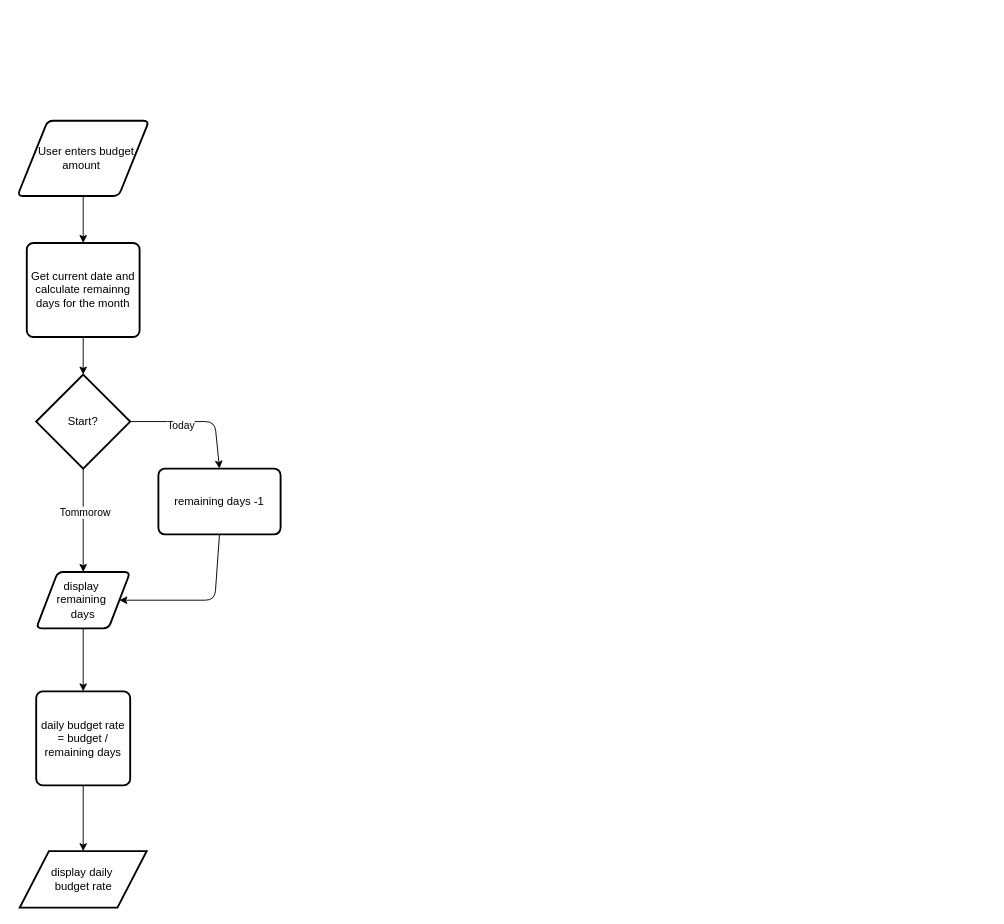
Earlier version of the draw.io diagram docs/flow.drawio (audemarsodato/daily-budget-rate). Source tidied: cells renumbered, new cells numbered last; positions are measured from the earlier drawing's top-left corner, leaving out a move shared by most shapes. Both pictures are drawn from the tidied source at 94%, with x=0, y=0 at pixel (17, 120).
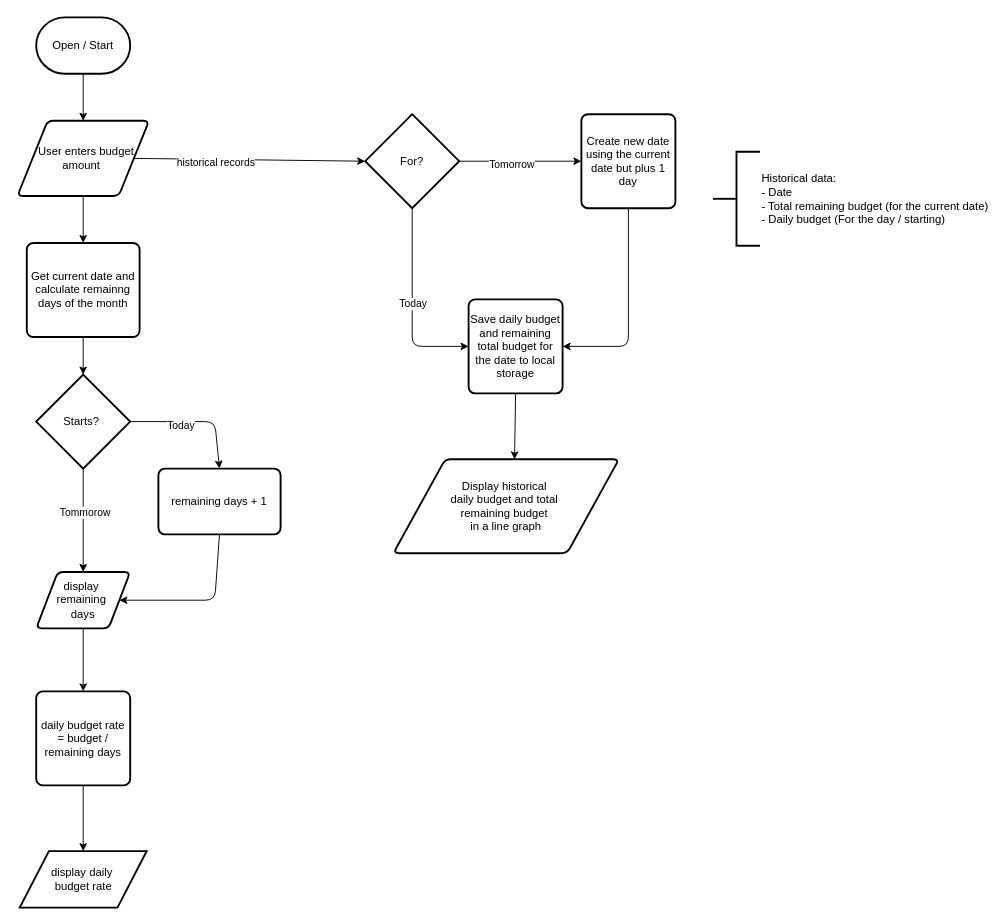
After the change.

Unchanged cells that the change refers to:
```xml
<mxCell id="3" value="&lt;div&gt;&lt;span style=&quot;background-color: transparent;&quot;&gt;&amp;nbsp; &amp;nbsp;User enters budget&amp;nbsp; amount&amp;nbsp;&lt;/span&gt;&lt;/div&gt;" style="shape=parallelogram;html=1;strokeWidth=2;perimeter=parallelogramPerimeter;whiteSpace=wrap;rounded=1;arcSize=12;size=0.23;" parent="1" vertex="1">
  <mxGeometry width="140" height="80" as="geometry" />
</mxCell>
```

The edit, as a diff of the source:
```diff
@@
+    <mxCell id="18" style="edgeStyle=none;html=1;exitX=1;exitY=0.5;exitDx=0;exitDy=0;entryX=0;entryY=0.5;entryDx=0;entryDy=0;entryPerimeter=0;" parent="1" edge="1" source="3" target="27">
+      <mxGeometry relative="1" as="geometry" />
+    </mxCell>
+    <mxCell id="19" value="historical records" style="edgeLabel;html=1;align=center;verticalAlign=middle;" parent="18" vertex="1">
+      <mxGeometry x="-0.29" y="-3" relative="1" as="geometry" />
+    </mxCell>
-    <mxCell id="4" value="Get current date and calculate remainng days for the month" style="rounded=1;whiteSpace=wrap;html=1;absoluteArcSize=1;arcSize=14;strokeWidth=2;" parent="1" vertex="1">
+    <mxCell id="4" value="Get current date and calculate remainng days of the month" style="rounded=1;whiteSpace=wrap;html=1;absoluteArcSize=1;arcSize=14;strokeWidth=2;" parent="1" vertex="1">
       <mxGeometry x="10" y="130" width="120" height="100" as="geometry" />
     </mxCell>
@@
-    <mxCell id="11" value="Start?" style="strokeWidth=2;html=1;shape=mxgraph.flowchart.decision;whiteSpace=wrap;" parent="1" vertex="1">
+    <mxCell id="11" value="Starts?&amp;nbsp;" style="strokeWidth=2;html=1;shape=mxgraph.flowchart.decision;whiteSpace=wrap;" parent="1" vertex="1">
       <mxGeometry x="20" y="270" width="100" height="100" as="geometry" />
     </mxCell>
-    <mxCell id="12" value="remaining days -1" style="rounded=1;whiteSpace=wrap;html=1;absoluteArcSize=1;arcSize=14;strokeWidth=2;" parent="1" vertex="1">
+    <mxCell id="12" value="remaining days + 1" style="rounded=1;whiteSpace=wrap;html=1;absoluteArcSize=1;arcSize=14;strokeWidth=2;" parent="1" vertex="1">
       <mxGeometry x="150" y="370" width="130" height="70" as="geometry" />
     </mxCell>
@@
+    <mxCell id="20" style="edgeStyle=none;html=1;exitX=0.5;exitY=1;exitDx=0;exitDy=0;exitPerimeter=0;entryX=0.5;entryY=0;entryDx=0;entryDy=0;" parent="1" edge="1" source="21" target="3">
+      <mxGeometry relative="1" as="geometry" />
+    </mxCell>
+    <mxCell id="21" value="Open / Start" style="strokeWidth=2;html=1;shape=mxgraph.flowchart.terminator;whiteSpace=wrap;" parent="1" vertex="1">
+      <mxGeometry x="20" y="-110" width="100" height="60" as="geometry" />
+    </mxCell>
+    <mxCell id="22" value="Save daily budget and remaining total budget for the date to local storage" style="rounded=1;whiteSpace=wrap;html=1;absoluteArcSize=1;arcSize=14;strokeWidth=2;fillColor=#FFFFFF;strokeColor=#000000;shadow=0;" parent="1" vertex="1">
+      <mxGeometry x="480" y="190" width="100" height="100" as="geometry" />
+    </mxCell>
+    <mxCell id="23" style="edgeStyle=none;html=1;exitX=0.5;exitY=1;exitDx=0;exitDy=0;exitPerimeter=0;entryX=0;entryY=0.5;entryDx=0;entryDy=0;" parent="1" edge="1" source="27" target="22">
+      <mxGeometry relative="1" as="geometry">
+        <Array as="points">
+          <mxPoint x="420" y="240" />
+        </Array>
+      </mxGeometry>
+    </mxCell>
+    <mxCell id="24" value="Today" style="edgeLabel;html=1;align=center;verticalAlign=middle;" parent="23" vertex="1">
+      <mxGeometry x="-0.02" relative="1" as="geometry" />
+    </mxCell>
+    <mxCell id="25" style="edgeStyle=none;html=1;exitX=1;exitY=0.5;exitDx=0;exitDy=0;exitPerimeter=0;entryX=0;entryY=0.5;entryDx=0;entryDy=0;" parent="1" edge="1" source="27" target="29">
+      <mxGeometry relative="1" as="geometry" />
+    </mxCell>
+    <mxCell id="26" value="Tomorrow" style="edgeLabel;html=1;align=center;verticalAlign=middle;" parent="25" vertex="1">
+      <mxGeometry x="-0.15" y="-3" relative="1" as="geometry" />
+    </mxCell>
+    <mxCell id="27" value="For?" style="strokeWidth=2;html=1;shape=mxgraph.flowchart.decision;whiteSpace=wrap;" parent="1" vertex="1">
+      <mxGeometry x="370" y="-7" width="100" height="100" as="geometry" />
+    </mxCell>
+    <mxCell id="28" style="edgeStyle=none;html=1;exitX=0.5;exitY=1;exitDx=0;exitDy=0;entryX=1;entryY=0.5;entryDx=0;entryDy=0;" parent="1" edge="1" source="29" target="22">
+      <mxGeometry relative="1" as="geometry">
+        <Array as="points">
+          <mxPoint x="650" y="240" />
+        </Array>
+      </mxGeometry>
+    </mxCell>
+    <mxCell id="29" value="Create new date using the current date but plus 1 day" style="rounded=1;whiteSpace=wrap;html=1;absoluteArcSize=1;arcSize=14;strokeWidth=2;" parent="1" vertex="1">
+      <mxGeometry x="600" y="-7" width="100" height="100" as="geometry" />
+    </mxCell>
+    <mxCell id="30" value="Display historical&amp;nbsp;&lt;div&gt;daily budget and total&amp;nbsp;&lt;/div&gt;&lt;div&gt;remaining budget&amp;nbsp;&lt;/div&gt;&lt;div&gt;in a line graph&lt;/div&gt;" style="shape=parallelogram;html=1;strokeWidth=2;perimeter=parallelogramPerimeter;whiteSpace=wrap;rounded=1;arcSize=12;size=0.23;" parent="1" vertex="1">
+      <mxGeometry x="400" y="360" width="240" height="100" as="geometry" />
+    </mxCell>
+    <mxCell id="31" style="edgeStyle=none;html=1;exitX=0.5;exitY=1;exitDx=0;exitDy=0;entryX=0.537;entryY=0.002;entryDx=0;entryDy=0;entryPerimeter=0;" parent="1" edge="1" source="22" target="30">
+      <mxGeometry relative="1" as="geometry" />
+    </mxCell>
+    <mxCell id="32" value="Historical data:&lt;div&gt;- Date&lt;/div&gt;&lt;div&gt;- Total remaining budget (for the current date)&lt;/div&gt;&lt;div&gt;- Daily budget (For the day / starting)&lt;/div&gt;" style="strokeWidth=2;html=1;shape=mxgraph.flowchart.annotation_2;align=left;labelPosition=right;" parent="1" vertex="1">
+      <mxGeometry x="740" y="33" width="50" height="100" as="geometry" />
+    </mxCell>
```
